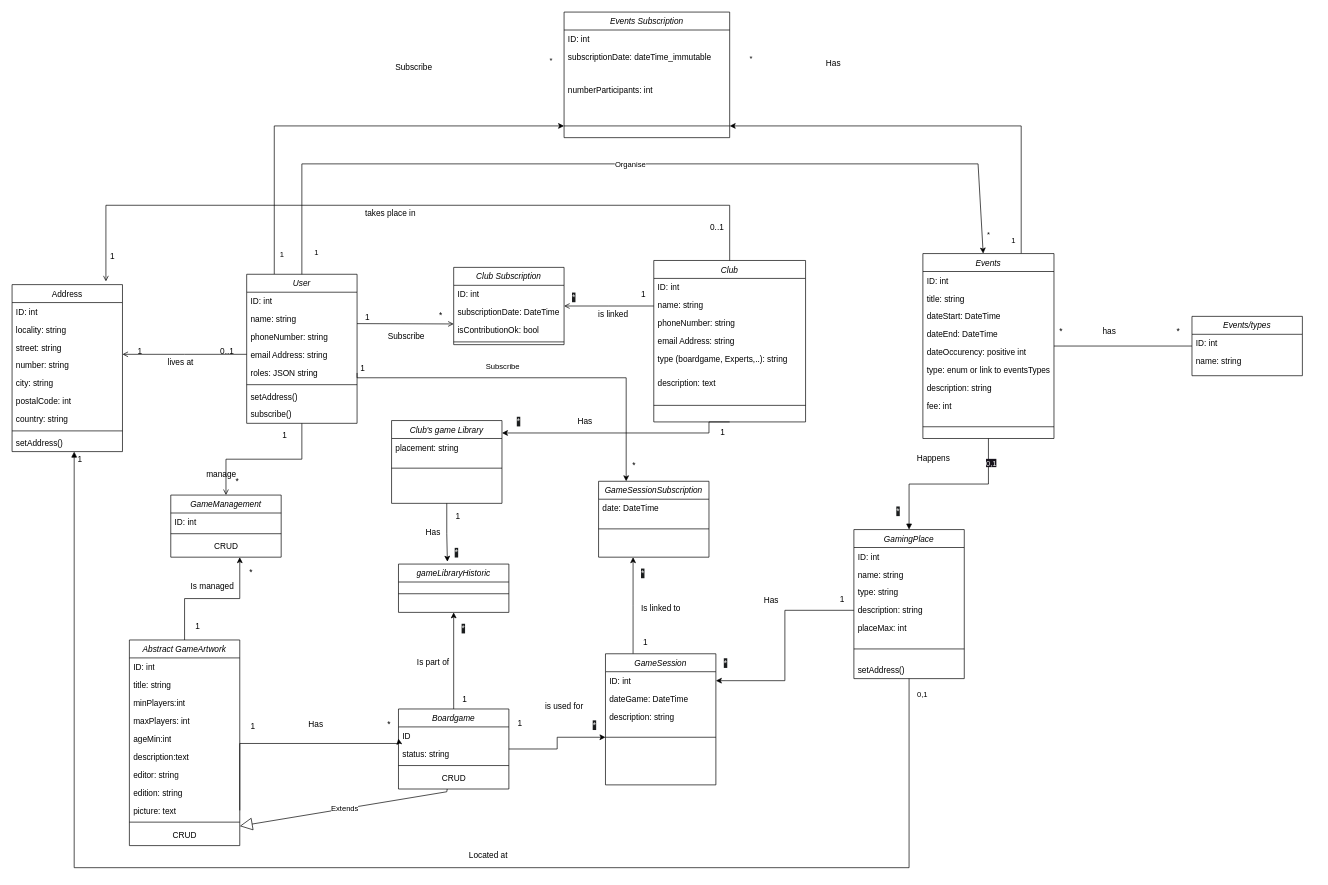
The draw.io diagram doc/diagrammes/analyseUML.drawio in Dj3ni/I3_ProjetSymphony, before the edit. Source tidied: cells renumbered, new cells numbered last; positions are measured from the earlier drawing's top-left corner, leaving out a move shared by most shapes. Both pictures are drawn from the tidied source at 69%, with x=0, y=0 at pixel (12, 12).
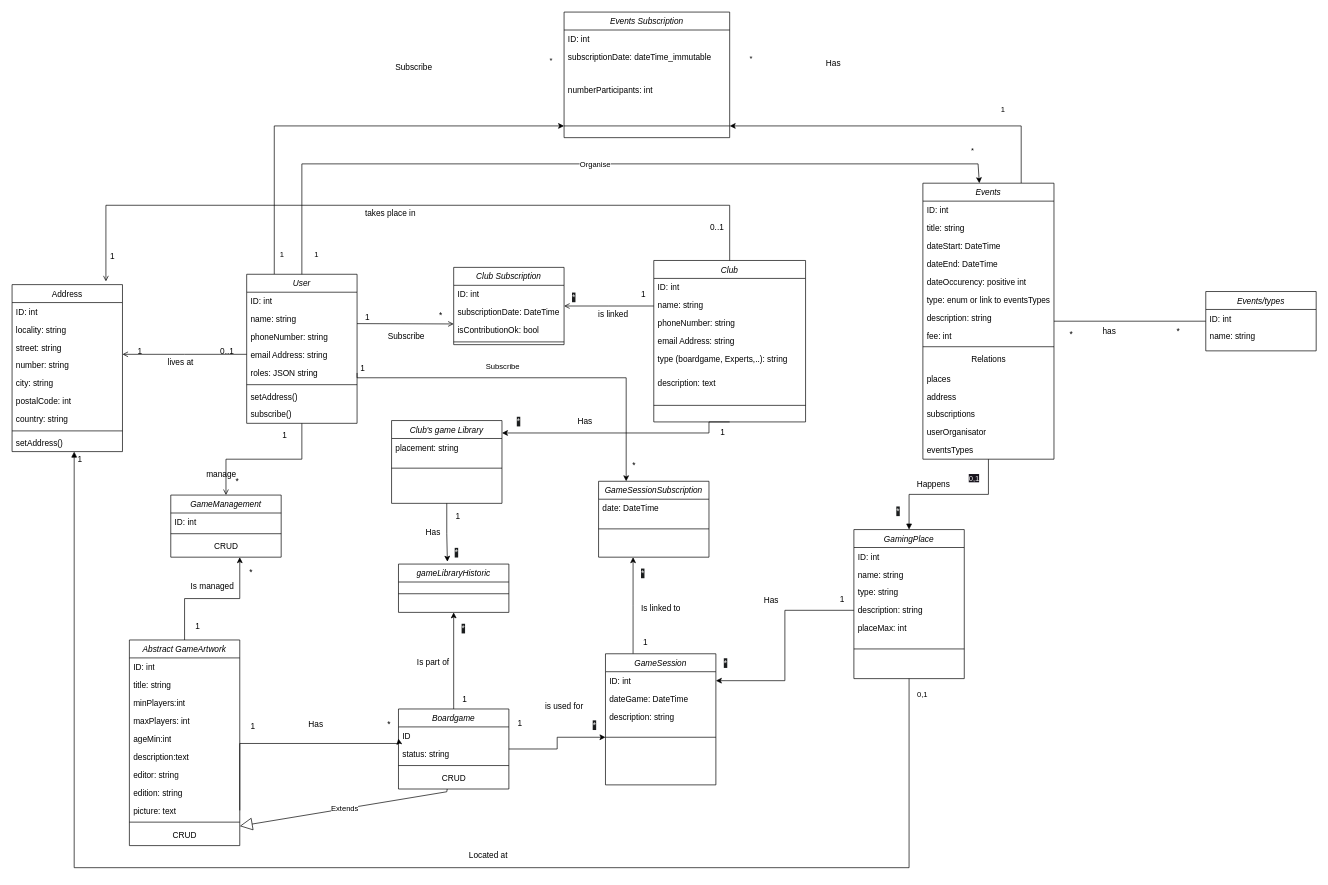
Above is the later version.

Commit message (it also covers changes not shown here):
setting relations between event and gaming place

Unchanged cells that the change refers to:
```xml
<mxCell id="74" style="endArrow=classic;html=1;rounded=0;" parent="1" edge="1" source="3" target="64">
  <mxGeometry relative="1" as="geometry">
    <Array as="points">
      <mxPoint x="420" y="220" />
      <mxPoint x="1400" y="220" />
    </Array>
  </mxGeometry>
</mxCell>
<mxCell id="116" value="GamingPlace" style="swimlane;fontStyle=2;align=center;verticalAlign=top;horizontal=1;startSize=26;rounded=0;shadow=0;strokeWidth=1;" parent="1" vertex="1">
  <mxGeometry x="1220" y="750" width="160" height="216" as="geometry" />
</mxCell>
```

Diff of the diagram source:
```diff
@@
     <mxCell id="64" value="Events" style="swimlane;fontStyle=2;align=center;verticalAlign=top;horizontal=1;startSize=26;rounded=0;shadow=0;strokeWidth=1;" parent="1" vertex="1">
-      <mxGeometry x="1320" y="350" width="190" height="268" as="geometry" />
+      <mxGeometry x="1320" y="248" width="190" height="400" as="geometry" />
     </mxCell>
@@
     <mxCell id="73" style="line;html=1;strokeWidth=1;align=left;verticalAlign=middle;spacingTop=-1;spacingLeft=3;spacingRight=3;labelPosition=right;" parent="64" vertex="1">
-      <mxGeometry y="234" width="190" height="34" as="geometry" />
+      <mxGeometry y="234" width="190" height="6" as="geometry" />
     </mxCell>
+    <mxCell id="176" value="Relations" style="text;html=1;align=center;verticalAlign=middle;strokeColor=none;fillColor=none;" parent="64" vertex="1">
+      <mxGeometry y="240" width="190" height="30" as="geometry" />
+    </mxCell>
+    <mxCell id="177" value="places" style="text;align=left;verticalAlign=top;spacingLeft=4;spacingRight=4;overflow=hidden;" parent="64" vertex="1">
+      <mxGeometry y="270" width="190" height="26" as="geometry" />
+    </mxCell>
+    <mxCell id="178" value="address" style="text;align=left;verticalAlign=top;spacingLeft=4;spacingRight=4;overflow=hidden;" parent="64" vertex="1">
+      <mxGeometry y="296" width="190" height="26" as="geometry" />
+    </mxCell>
+    <mxCell id="179" value="subscriptions" style="text;align=left;verticalAlign=top;spacingLeft=4;spacingRight=4;overflow=hidden;" parent="64" vertex="1">
+      <mxGeometry y="322" width="190" height="26" as="geometry" />
+    </mxCell>
+    <mxCell id="180" value="userOrganisator" style="text;align=left;verticalAlign=top;spacingLeft=4;spacingRight=4;overflow=hidden;" parent="64" vertex="1">
+      <mxGeometry y="348" width="190" height="26" as="geometry" />
+    </mxCell>
+    <mxCell id="181" value="eventsTypes" style="text;align=left;verticalAlign=top;spacingLeft=4;spacingRight=4;overflow=hidden;" parent="64" vertex="1">
+      <mxGeometry y="374" width="190" height="26" as="geometry" />
+    </mxCell>
@@
     <mxCell id="77" value="*" style="edgeLabel;html=1;align=center;verticalAlign=middle;" parent="74" vertex="1">
       <mxGeometry x="0.93" y="1" relative="1" as="geometry">
-        <mxPoint x="9" y="16" as="offset" />
+        <mxPoint x="4" y="-19" as="offset" />
       </mxGeometry>
     </mxCell>
@@
     <mxCell id="85" value="1" style="edgeLabel;html=1;align=center;verticalAlign=middle;" parent="1" vertex="1">
-      <mxGeometry x="1450" y="330" as="geometry" />
+      <mxGeometry x="1435" y="140" as="geometry" />
     </mxCell>
@@
-    <mxCell id="123" value="setAddress()" style="text;align=left;verticalAlign=top;spacingLeft=4;spacingRight=4;overflow=hidden;" parent="116" vertex="1">
-      <mxGeometry y="190" width="160" height="26" as="geometry" />
-    </mxCell>
@@
     <mxCell id="126" value="&lt;span style=&quot;color: rgb(240, 240, 240); font-family: Helvetica; font-size: 11px; font-style: normal; font-variant-ligatures: normal; font-variant-caps: normal; font-weight: 400; letter-spacing: normal; orphans: 2; text-align: left; text-indent: 0px; text-transform: none; widows: 2; word-spacing: 0px; -webkit-text-stroke-width: 0px; white-space: nowrap; background-color: rgb(24, 20, 29); text-decoration-thickness: initial; text-decoration-style: initial; text-decoration-color: initial; display: inline !important; float: none;&quot;&gt;0,1&lt;/span&gt;" style="text;whiteSpace=wrap;html=1;" parent="1" vertex="1">
-      <mxGeometry x="1410" y="640" width="50" height="40" as="geometry" />
+      <mxGeometry x="1385" y="662" width="50" height="40" as="geometry" />
     </mxCell>
     <mxCell id="127" value="Happens" style="text;html=1;align=center;verticalAlign=middle;strokeColor=none;fillColor=none;" parent="1" vertex="1">
-      <mxGeometry x="1300" y="632" width="70" height="30" as="geometry" />
+      <mxGeometry x="1300" y="670" width="70" height="30" as="geometry" />
     </mxCell>
@@
     <mxCell id="169" value="Events/types" style="swimlane;fontStyle=2;align=center;verticalAlign=top;horizontal=1;startSize=26;rounded=0;shadow=0;strokeWidth=1;" parent="1" vertex="1">
-      <mxGeometry x="1710" y="441" width="160" height="86" as="geometry" />
+      <mxGeometry x="1730" y="405" width="160" height="86" as="geometry" />
     </mxCell>
@@
     <mxCell id="174" value="*" style="text;html=1;align=center;verticalAlign=middle;strokeColor=none;fillColor=none;" parent="1" vertex="1">
-      <mxGeometry x="1505" y="448" width="30" height="30" as="geometry" />
+      <mxGeometry x="1520" y="452" width="30" height="30" as="geometry" />
     </mxCell>
```
